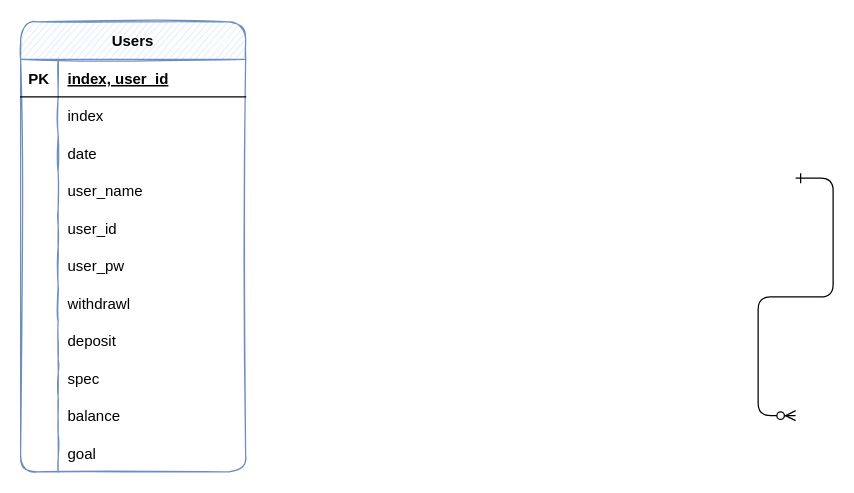
Before: money/Untitled Diagram.drawio in skanwngud/Project, a draw.io diagram. Source tidied: cells renumbered, new cells numbered last; positions are measured from the earlier drawing's top-left corner, leaving out a move shared by most shapes. Both pictures are drawn from the tidied source at 125%, with x=0, y=0 at pixel (20, 21).
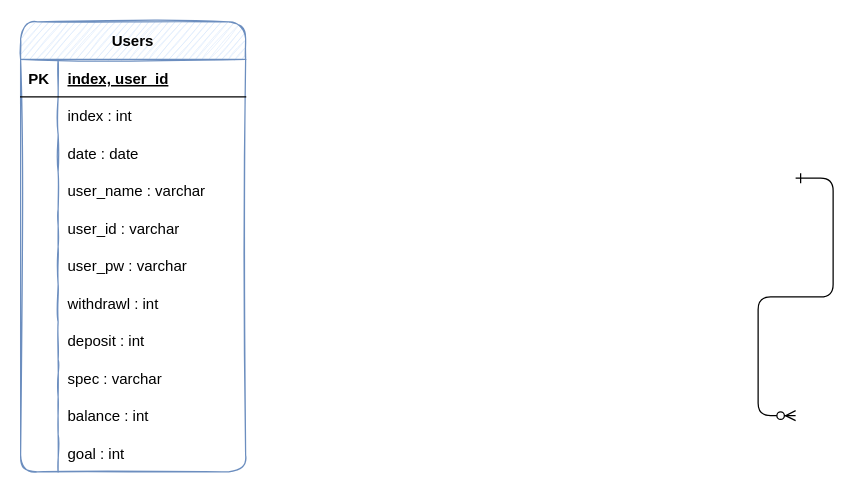
The same page after the edit.

The change refers to these unchanged cells:
```xml
<mxCell id="7" style="shape=tableRow;horizontal=0;startSize=0;swimlaneHead=0;swimlaneBody=0;fillColor=none;top=0;left=0;right=0;bottom=0;" parent="3" vertex="1">
  <mxGeometry y="60" width="180" height="30" as="geometry" />
</mxCell>
<mxCell id="10" style="shape=tableRow;horizontal=0;startSize=0;swimlaneHead=0;swimlaneBody=0;fillColor=none;top=0;left=0;right=0;bottom=0;" parent="3" vertex="1">
  <mxGeometry y="90" width="180" height="30" as="geometry" />
</mxCell>
<mxCell id="13" style="shape=tableRow;horizontal=0;startSize=0;swimlaneHead=0;swimlaneBody=0;fillColor=none;top=0;left=0;right=0;bottom=0;" parent="3" vertex="1">
  <mxGeometry y="120" width="180" height="30" as="geometry" />
</mxCell>
<mxCell id="16" style="shape=tableRow;horizontal=0;startSize=0;swimlaneHead=0;swimlaneBody=0;fillColor=none;top=0;left=0;right=0;bottom=0;" parent="3" vertex="1">
  <mxGeometry y="150" width="180" height="30" as="geometry" />
</mxCell>
<mxCell id="19" style="shape=tableRow;horizontal=0;startSize=0;swimlaneHead=0;swimlaneBody=0;fillColor=none;top=0;left=0;right=0;bottom=0;" parent="3" vertex="1">
  <mxGeometry y="180" width="180" height="30" as="geometry" />
</mxCell>
<mxCell id="22" style="shape=tableRow;horizontal=0;startSize=0;swimlaneHead=0;swimlaneBody=0;fillColor=none;top=0;left=0;right=0;bottom=0;" parent="3" vertex="1">
  <mxGeometry y="210" width="180" height="30" as="geometry" />
</mxCell>
<mxCell id="25" style="shape=tableRow;horizontal=0;startSize=0;swimlaneHead=0;swimlaneBody=0;fillColor=none;top=0;left=0;right=0;bottom=0;" parent="3" vertex="1">
  <mxGeometry y="240" width="180" height="30" as="geometry" />
</mxCell>
<mxCell id="28" style="shape=tableRow;horizontal=0;startSize=0;swimlaneHead=0;swimlaneBody=0;fillColor=none;top=0;left=0;right=0;bottom=0;" parent="3" vertex="1">
  <mxGeometry y="270" width="180" height="30" as="geometry" />
</mxCell>
<mxCell id="31" style="shape=tableRow;horizontal=0;startSize=0;swimlaneHead=0;swimlaneBody=0;fillColor=none;top=0;left=0;right=0;bottom=0;" parent="3" vertex="1">
  <mxGeometry y="300" width="180" height="30" as="geometry" />
</mxCell>
<mxCell id="34" style="shape=tableRow;horizontal=0;startSize=0;swimlaneHead=0;swimlaneBody=0;fillColor=none;top=0;left=0;right=0;bottom=0;" parent="3" vertex="1">
  <mxGeometry y="330" width="180" height="30" as="geometry" />
</mxCell>
```

What changed in the source:
```diff
@@
-    <mxCell id="9" value="index" style="shape=partialRectangle;top=0;left=0;bottom=0;right=0;align=left;spacingLeft=6;overflow=hidden;fillColor=none;sketch=1;" parent="7" vertex="1">
+    <mxCell id="9" value="index : int" style="shape=partialRectangle;top=0;left=0;bottom=0;right=0;align=left;spacingLeft=6;overflow=hidden;fillColor=none;sketch=1;" parent="7" vertex="1">
       <mxGeometry x="30" width="150" height="30" as="geometry" />
     </mxCell>
@@
-    <mxCell id="12" value="date" style="shape=partialRectangle;fillColor=none;top=0;left=0;bottom=0;right=0;align=left;spacingLeft=6;overflow=hidden;" parent="10" vertex="1">
+    <mxCell id="12" value="date : date" style="shape=partialRectangle;fillColor=none;top=0;left=0;bottom=0;right=0;align=left;spacingLeft=6;overflow=hidden;" parent="10" vertex="1">
       <mxGeometry x="30" width="150" height="30" as="geometry" />
     </mxCell>
@@
-    <mxCell id="15" value="user_name" style="shape=partialRectangle;fillColor=none;top=0;left=0;bottom=0;right=0;align=left;spacingLeft=6;overflow=hidden;" parent="13" vertex="1">
+    <mxCell id="15" value="user_name : varchar" style="shape=partialRectangle;fillColor=none;top=0;left=0;bottom=0;right=0;align=left;spacingLeft=6;overflow=hidden;" parent="13" vertex="1">
       <mxGeometry x="30" width="150" height="30" as="geometry" />
     </mxCell>
@@
-    <mxCell id="18" value="user_id" style="shape=partialRectangle;fillColor=none;top=0;left=0;bottom=0;right=0;align=left;spacingLeft=6;overflow=hidden;" parent="16" vertex="1">
+    <mxCell id="18" value="user_id : varchar" style="shape=partialRectangle;fillColor=none;top=0;left=0;bottom=0;right=0;align=left;spacingLeft=6;overflow=hidden;" parent="16" vertex="1">
       <mxGeometry x="30" width="150" height="30" as="geometry" />
     </mxCell>
@@
-    <mxCell id="21" value="user_pw" style="shape=partialRectangle;fillColor=none;top=0;left=0;bottom=0;right=0;align=left;spacingLeft=6;overflow=hidden;" parent="19" vertex="1">
+    <mxCell id="21" value="user_pw : varchar" style="shape=partialRectangle;fillColor=none;top=0;left=0;bottom=0;right=0;align=left;spacingLeft=6;overflow=hidden;" parent="19" vertex="1">
       <mxGeometry x="30" width="150" height="30" as="geometry" />
     </mxCell>
@@
-    <mxCell id="24" value="withdrawl" style="shape=partialRectangle;fillColor=none;top=0;left=0;bottom=0;right=0;align=left;spacingLeft=6;overflow=hidden;" parent="22" vertex="1">
+    <mxCell id="24" value="withdrawl : int" style="shape=partialRectangle;fillColor=none;top=0;left=0;bottom=0;right=0;align=left;spacingLeft=6;overflow=hidden;" parent="22" vertex="1">
       <mxGeometry x="30" width="150" height="30" as="geometry" />
     </mxCell>
@@
-    <mxCell id="27" value="deposit" style="shape=partialRectangle;fillColor=none;top=0;left=0;bottom=0;right=0;align=left;spacingLeft=6;overflow=hidden;" parent="25" vertex="1">
+    <mxCell id="27" value="deposit : int" style="shape=partialRectangle;fillColor=none;top=0;left=0;bottom=0;right=0;align=left;spacingLeft=6;overflow=hidden;" parent="25" vertex="1">
       <mxGeometry x="30" width="150" height="30" as="geometry" />
     </mxCell>
@@
-    <mxCell id="30" value="spec" style="shape=partialRectangle;fillColor=none;top=0;left=0;bottom=0;right=0;align=left;spacingLeft=6;overflow=hidden;" parent="28" vertex="1">
+    <mxCell id="30" value="spec : varchar" style="shape=partialRectangle;fillColor=none;top=0;left=0;bottom=0;right=0;align=left;spacingLeft=6;overflow=hidden;" parent="28" vertex="1">
       <mxGeometry x="30" width="150" height="30" as="geometry" />
     </mxCell>
@@
-    <mxCell id="33" value="balance" style="shape=partialRectangle;fillColor=none;top=0;left=0;bottom=0;right=0;align=left;spacingLeft=6;overflow=hidden;" parent="31" vertex="1">
+    <mxCell id="33" value="balance : int" style="shape=partialRectangle;fillColor=none;top=0;left=0;bottom=0;right=0;align=left;spacingLeft=6;overflow=hidden;" parent="31" vertex="1">
       <mxGeometry x="30" width="150" height="30" as="geometry" />
     </mxCell>
@@
-    <mxCell id="36" value="goal" style="shape=partialRectangle;fillColor=none;top=0;left=0;bottom=0;right=0;align=left;spacingLeft=6;overflow=hidden;" parent="34" vertex="1">
+    <mxCell id="36" value="goal : int" style="shape=partialRectangle;fillColor=none;top=0;left=0;bottom=0;right=0;align=left;spacingLeft=6;overflow=hidden;" parent="34" vertex="1">
       <mxGeometry x="30" width="150" height="30" as="geometry" />
     </mxCell>
```
